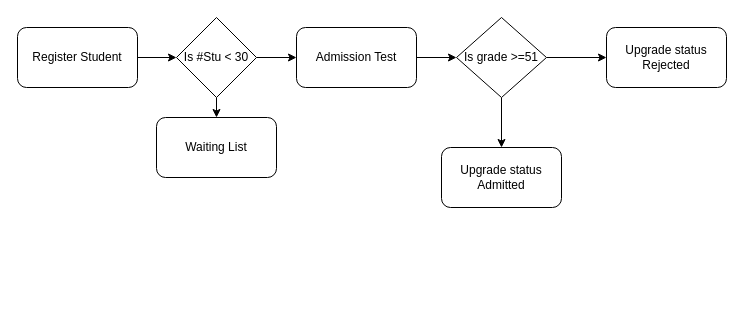
The draw.io diagram Student Registration.drawio in GuilleAlvarado/draw, before the edit. Source tidied: cells renumbered, new cells numbered last; positions are measured from the earlier drawing's top-left corner, leaving out a move shared by most shapes. Both pictures are drawn from the tidied source at 100%, with x=0, y=0 at pixel (17, 17).
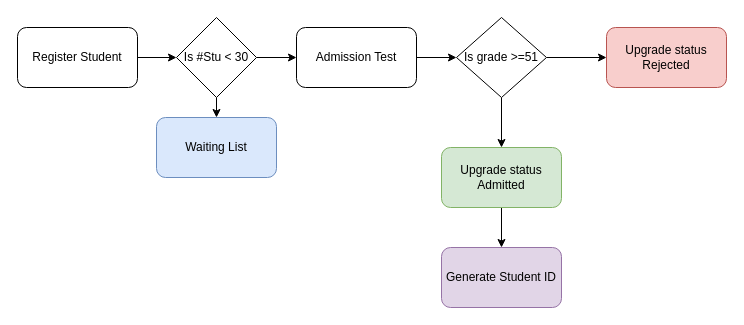
The same diagram, later.

What changed in the source:
```diff
@@
 <mxGraphModel>
   <root>
     <mxCell id="0" />
     <mxCell id="1" parent="0" />
     <mxCell id="2" style="edgeStyle=orthogonalEdgeStyle;rounded=0;jettySize=auto;html=1;exitX=1;exitY=0.5;exitDx=0;exitDy=0;entryX=0;entryY=0.5;entryDx=0;entryDy=0;" parent="1" edge="1" source="3" target="6">
       <mxGeometry relative="1" as="geometry" />
     </mxCell>
     <mxCell id="3" value="Register Student&lt;br&gt;" style="rounded=1;whiteSpace=wrap;html=1;" parent="1" vertex="1">
       <mxGeometry y="10" width="120" height="60" as="geometry" />
     </mxCell>
     <mxCell id="4" style="edgeStyle=orthogonalEdgeStyle;rounded=0;jettySize=auto;html=1;exitX=1;exitY=0.5;exitDx=0;exitDy=0;entryX=0;entryY=0.5;entryDx=0;entryDy=0;" parent="1" edge="1" source="6" target="8">
       <mxGeometry relative="1" as="geometry" />
     </mxCell>
     <mxCell id="5" style="edgeStyle=orthogonalEdgeStyle;rounded=0;jettySize=auto;html=1;exitX=0.5;exitY=1;exitDx=0;exitDy=0;entryX=0.5;entryY=0;entryDx=0;entryDy=0;" parent="1" edge="1" source="6" target="14">
       <mxGeometry relative="1" as="geometry" />
     </mxCell>
     <mxCell id="6" value="Is #Stu &amp;lt; 30" style="rhombus;whiteSpace=wrap;html=1;" parent="1" vertex="1">
       <mxGeometry x="159" width="80" height="80" as="geometry" />
     </mxCell>
     <mxCell id="7" style="edgeStyle=orthogonalEdgeStyle;rounded=0;jettySize=auto;html=1;exitX=1;exitY=0.5;exitDx=0;exitDy=0;entryX=0;entryY=0.5;entryDx=0;entryDy=0;" parent="1" edge="1" source="8" target="11">
       <mxGeometry relative="1" as="geometry" />
     </mxCell>
     <mxCell id="8" value="Admission Test" style="rounded=1;whiteSpace=wrap;html=1;" parent="1" vertex="1">
       <mxGeometry x="279" y="10" width="120" height="60" as="geometry" />
     </mxCell>
     <mxCell id="9" style="edgeStyle=orthogonalEdgeStyle;rounded=0;jettySize=auto;html=1;exitX=1;exitY=0.5;exitDx=0;exitDy=0;entryX=0;entryY=0.5;entryDx=0;entryDy=0;" parent="1" edge="1" source="11" target="12">
       <mxGeometry relative="1" as="geometry" />
     </mxCell>
     <mxCell id="10" style="edgeStyle=orthogonalEdgeStyle;rounded=0;jettySize=auto;html=1;exitX=0.5;exitY=1;exitDx=0;exitDy=0;" parent="1" edge="1" source="11" target="13">
       <mxGeometry relative="1" as="geometry" />
     </mxCell>
     <mxCell id="11" value="Is grade &amp;gt;=51" style="rhombus;whiteSpace=wrap;html=1;" parent="1" vertex="1">
       <mxGeometry x="439" width="90" height="80" as="geometry" />
     </mxCell>
-    <mxCell id="12" value="Upgrade status Rejected" style="rounded=1;whiteSpace=wrap;html=1;" parent="1" vertex="1">
+    <mxCell id="12" value="Upgrade status Rejected" style="rounded=1;whiteSpace=wrap;html=1;fillColor=#f8cecc;strokeColor=#b85450;" parent="1" vertex="1">
       <mxGeometry x="589" y="10" width="120" height="60" as="geometry" />
     </mxCell>
+    <mxCell id="15" style="edgeStyle=orthogonalEdgeStyle;rounded=0;jettySize=auto;html=1;" parent="1" edge="1" source="13" target="16">
+      <mxGeometry relative="1" as="geometry" />
+    </mxCell>
-    <mxCell id="13" value="Upgrade status Admitted" style="rounded=1;whiteSpace=wrap;html=1;" parent="1" vertex="1">
+    <mxCell id="13" value="Upgrade status Admitted" style="rounded=1;whiteSpace=wrap;html=1;fillColor=#d5e8d4;strokeColor=#82b366;" parent="1" vertex="1">
       <mxGeometry x="424" y="130" width="120" height="60" as="geometry" />
     </mxCell>
-    <mxCell id="14" value="Waiting List" style="rounded=1;whiteSpace=wrap;html=1;" parent="1" vertex="1">
+    <mxCell id="14" value="Waiting List" style="rounded=1;whiteSpace=wrap;html=1;fillColor=#dae8fc;strokeColor=#6c8ebf;" parent="1" vertex="1">
       <mxGeometry x="139" y="100" width="120" height="60" as="geometry" />
     </mxCell>
+    <mxCell id="16" value="Generate Student ID" style="rounded=1;whiteSpace=wrap;html=1;fillColor=#e1d5e7;strokeColor=#9673a6;" parent="1" vertex="1">
+      <mxGeometry x="424" y="230" width="120" height="60" as="geometry" />
+    </mxCell>
   </root>
 </mxGraphModel>
```
